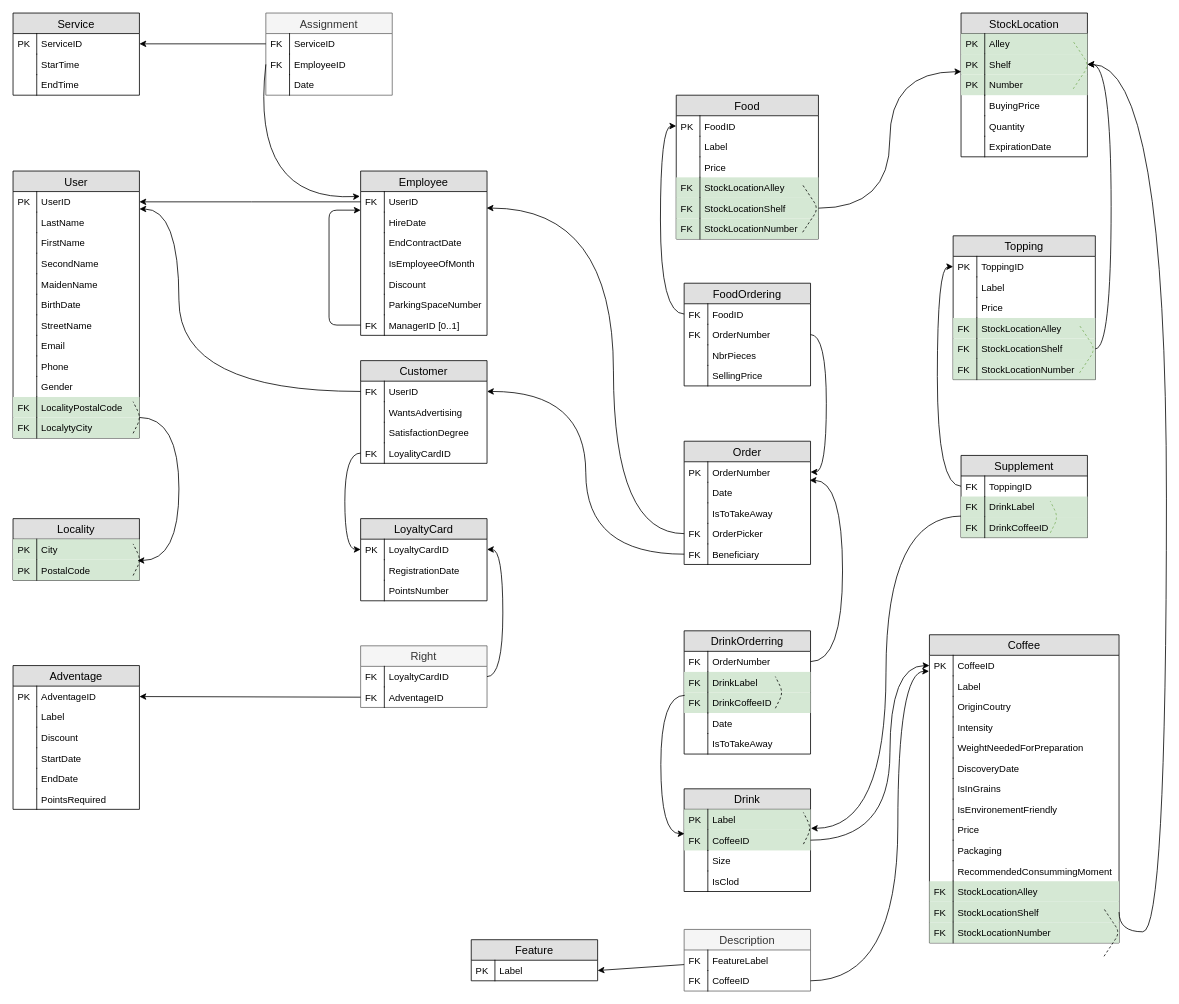
The draw.io diagram schéma logique relationnel.drawio in DrakeXorn/CoffIG, before the edit. Source tidied: cells renumbered, new cells numbered last; positions are measured from the earlier drawing's top-left corner, leaving out a move shared by most shapes. Both pictures are drawn from the tidied source at 79%, with x=0, y=0 at pixel (13, 13).
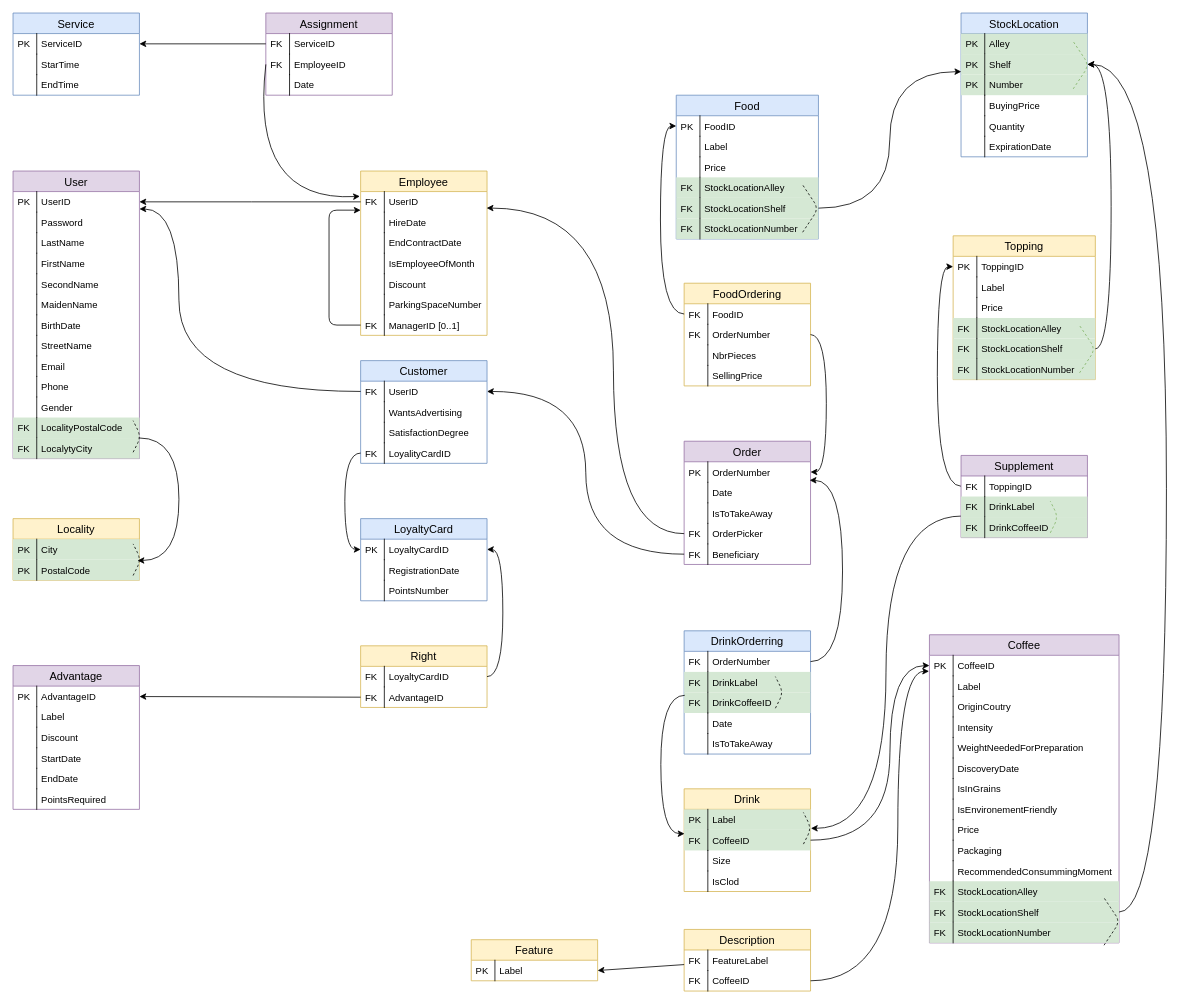
After the change.

Unchanged cells that the change refers to:
```xml
<mxCell id="61" value="City" style="shape=partialRectangle;top=0;left=0;right=0;bottom=0;align=left;verticalAlign=top;fillColor=#d5e8d4;spacingLeft=34;spacingRight=4;overflow=hidden;points=[[0,0.5],[1,0.5]];portConstraint=eastwest;fontSize=12;strokeColor=#82b366;" parent="60" vertex="1">
  <mxGeometry y="26" width="160" height="26" as="geometry" />
</mxCell>
<mxCell id="109" value="Shelf" style="shape=partialRectangle;top=0;left=0;right=0;bottom=0;align=left;verticalAlign=top;fillColor=#d5e8d4;spacingLeft=34;spacingRight=4;overflow=hidden;points=[[0,0.5],[1,0.5]];portConstraint=eastwest;fontSize=12;strokeColor=#82b366;" parent="106" vertex="1">
  <mxGeometry y="52" width="160" height="26" as="geometry" />
</mxCell>
<mxCell id="233" value="StockLocationShelf" style="shape=partialRectangle;top=0;left=0;right=0;bottom=0;align=left;verticalAlign=top;fillColor=#d5e8d4;spacingLeft=34;spacingRight=4;overflow=hidden;points=[[0,0.5],[1,0.5]];portConstraint=eastwest;fontSize=12;strokeColor=#82b366;" parent="208" vertex="1">
  <mxGeometry y="338" width="240" height="26" as="geometry" />
</mxCell>
```

What changed in the source:
```diff
@@
-    <mxCell id="2" value="Service" style="swimlane;fontStyle=0;horizontal=1;startSize=26;fillColor=#e0e0e0;swimlaneFillColor=#ffffff;align=center;fontSize=14;" parent="1" vertex="1">
+    <mxCell id="2" value="Service" style="swimlane;fontStyle=0;horizontal=1;startSize=26;fillColor=#dae8fc;swimlaneFillColor=#ffffff;align=center;fontSize=14;strokeColor=#6c8ebf;" parent="1" vertex="1">
       <mxGeometry width="160" height="104" as="geometry" />
     </mxCell>
@@
-    <mxCell id="9" value="Assignment" style="swimlane;fontStyle=0;horizontal=1;startSize=26;fillColor=#f5f5f5;swimlaneFillColor=#ffffff;align=center;fontSize=14;strokeColor=#666666;fontColor=#333333;" parent="1" vertex="1">
+    <mxCell id="9" value="Assignment" style="swimlane;fontStyle=0;horizontal=1;startSize=26;fillColor=#e1d5e7;swimlaneFillColor=#ffffff;align=center;fontSize=14;strokeColor=#9673a6;" parent="1" vertex="1">
       <mxGeometry x="320" width="160" height="104" as="geometry" />
     </mxCell>
@@
-    <mxCell id="16" value="Employee" style="swimlane;fontStyle=0;horizontal=1;startSize=26;fillColor=#e0e0e0;swimlaneFillColor=#ffffff;align=center;fontSize=14;" parent="1" vertex="1">
+    <mxCell id="16" value="Employee" style="swimlane;fontStyle=0;horizontal=1;startSize=26;fillColor=#fff2cc;swimlaneFillColor=#ffffff;align=center;fontSize=14;strokeColor=#d6b656;" parent="1" vertex="1">
       <mxGeometry x="440" y="200" width="160" height="208" as="geometry" />
     </mxCell>
@@
-    <mxCell id="34" value="User" style="swimlane;fontStyle=0;horizontal=1;startSize=26;fillColor=#e0e0e0;swimlaneFillColor=#ffffff;align=center;fontSize=14;" parent="1" vertex="1">
-      <mxGeometry y="200" width="160" height="338" as="geometry" />
+    <mxCell id="34" value="User" style="swimlane;fontStyle=0;horizontal=1;startSize=26;fillColor=#e1d5e7;swimlaneFillColor=#ffffff;align=center;fontSize=14;strokeColor=#9673a6;" parent="1" vertex="1">
+      <mxGeometry y="200" width="160" height="364" as="geometry" />
     </mxCell>
@@
+    <mxCell id="250" value="Password" style="shape=partialRectangle;top=0;left=0;right=0;bottom=0;align=left;verticalAlign=top;fillColor=none;spacingLeft=34;spacingRight=4;overflow=hidden;fontSize=12;" parent="34" vertex="1">
+      <mxGeometry y="52" width="160" height="26" as="geometry" />
+    </mxCell>
+    <mxCell id="251" style="shape=partialRectangle;top=0;left=0;bottom=0;fillColor=none;align=left;verticalAlign=top;spacingLeft=4;spacingRight=4;overflow=hidden;fontSize=12;" parent="250" vertex="1">
+      <mxGeometry width="30" height="26" as="geometry" />
+    </mxCell>
     <mxCell id="37" value="LastName" style="shape=partialRectangle;top=0;left=0;right=0;bottom=0;align=left;verticalAlign=top;fillColor=none;spacingLeft=34;spacingRight=4;overflow=hidden;fontSize=12;" parent="34" vertex="1">
-      <mxGeometry y="52" width="160" height="26" as="geometry" />
+      <mxGeometry y="78" width="160" height="26" as="geometry" />
     </mxCell>
@@
     <mxCell id="39" value="FirstName" style="shape=partialRectangle;top=0;left=0;right=0;bottom=0;align=left;verticalAlign=top;fillColor=none;spacingLeft=34;spacingRight=4;overflow=hidden;fontSize=12;" parent="34" vertex="1">
-      <mxGeometry y="78" width="160" height="26" as="geometry" />
+      <mxGeometry y="104" width="160" height="26" as="geometry" />
     </mxCell>
@@
     <mxCell id="41" value="SecondName" style="shape=partialRectangle;top=0;left=0;right=0;bottom=0;align=left;verticalAlign=top;fillColor=none;spacingLeft=34;spacingRight=4;overflow=hidden;fontSize=12;" parent="34" vertex="1">
-      <mxGeometry y="104" width="160" height="26" as="geometry" />
+      <mxGeometry y="130" width="160" height="26" as="geometry" />
     </mxCell>
@@
     <mxCell id="43" value="MaidenName" style="shape=partialRectangle;top=0;left=0;right=0;bottom=0;align=left;verticalAlign=top;fillColor=none;spacingLeft=34;spacingRight=4;overflow=hidden;fontSize=12;" parent="34" vertex="1">
-      <mxGeometry y="130" width="160" height="26" as="geometry" />
+      <mxGeometry y="156" width="160" height="26" as="geometry" />
     </mxCell>
@@
     <mxCell id="45" value="BirthDate" style="shape=partialRectangle;top=0;left=0;right=0;bottom=0;align=left;verticalAlign=top;fillColor=none;spacingLeft=34;spacingRight=4;overflow=hidden;fontSize=12;" parent="34" vertex="1">
-      <mxGeometry y="156" width="160" height="26" as="geometry" />
+      <mxGeometry y="182" width="160" height="26" as="geometry" />
     </mxCell>
@@
     <mxCell id="47" value="StreetName" style="shape=partialRectangle;top=0;left=0;right=0;bottom=0;align=left;verticalAlign=top;fillColor=none;spacingLeft=34;spacingRight=4;overflow=hidden;fontSize=12;" parent="34" vertex="1">
-      <mxGeometry y="182" width="160" height="26" as="geometry" />
+      <mxGeometry y="208" width="160" height="26" as="geometry" />
     </mxCell>
@@
     <mxCell id="49" value="Email" style="shape=partialRectangle;top=0;left=0;right=0;bottom=0;align=left;verticalAlign=top;fillColor=none;spacingLeft=34;spacingRight=4;overflow=hidden;fontSize=12;" parent="34" vertex="1">
-      <mxGeometry y="208" width="160" height="26" as="geometry" />
+      <mxGeometry y="234" width="160" height="26" as="geometry" />
     </mxCell>
@@
     <mxCell id="51" value="Phone" style="shape=partialRectangle;top=0;left=0;right=0;bottom=0;align=left;verticalAlign=top;fillColor=none;spacingLeft=34;spacingRight=4;overflow=hidden;fontSize=12;" parent="34" vertex="1">
-      <mxGeometry y="234" width="160" height="26" as="geometry" />
+      <mxGeometry y="260" width="160" height="26" as="geometry" />
     </mxCell>
@@
     <mxCell id="53" value="Gender" style="shape=partialRectangle;top=0;left=0;right=0;bottom=0;align=left;verticalAlign=top;fillColor=none;spacingLeft=34;spacingRight=4;overflow=hidden;fontSize=12;" parent="34" vertex="1">
-      <mxGeometry y="260" width="160" height="26" as="geometry" />
+      <mxGeometry y="286" width="160" height="26" as="geometry" />
     </mxCell>
@@
     <mxCell id="55" value="LocalityPostalCode" style="shape=partialRectangle;top=0;left=0;right=0;bottom=0;align=left;verticalAlign=top;fillColor=#d5e8d4;spacingLeft=34;spacingRight=4;overflow=hidden;points=[[0,0.5],[1,0.5]];portConstraint=eastwest;fontSize=12;strokeColor=#82b366;" parent="34" vertex="1">
-      <mxGeometry y="286" width="160" height="26" as="geometry" />
+      <mxGeometry y="312" width="160" height="26" as="geometry" />
     </mxCell>
@@
     <mxCell id="57" value="LocalytyCity" style="shape=partialRectangle;top=0;left=0;right=0;bottom=0;align=left;verticalAlign=top;fillColor=#d5e8d4;spacingLeft=34;spacingRight=4;overflow=hidden;fontSize=12;strokeColor=#82b366;" parent="34" vertex="1">
-      <mxGeometry y="312" width="160" height="26" as="geometry" />
+      <mxGeometry y="338" width="160" height="26" as="geometry" />
     </mxCell>
@@
     <mxCell id="59" style="endArrow=none;dashed=1;html=1;" parent="34" edge="1">
       <mxGeometry relative="1" as="geometry">
-        <mxPoint x="152" y="332" as="sourcePoint" />
-        <mxPoint x="152" y="292" as="targetPoint" />
+        <mxPoint x="152" y="356" as="sourcePoint" />
+        <mxPoint x="152" y="316" as="targetPoint" />
         <Array as="points">
-          <mxPoint x="162" y="312" />
+          <mxPoint x="162" y="336" />
         </Array>
       </mxGeometry>
     </mxCell>
-    <mxCell id="60" value="Locality" style="swimlane;fontStyle=0;horizontal=1;startSize=26;fillColor=#e0e0e0;swimlaneFillColor=#ffffff;align=center;fontSize=14;" parent="1" vertex="1">
+    <mxCell id="60" value="Locality" style="swimlane;fontStyle=0;horizontal=1;startSize=26;fillColor=#fff2cc;swimlaneFillColor=#ffffff;align=center;fontSize=14;strokeColor=#d6b656;" parent="1" vertex="1">
       <mxGeometry y="640" width="160" height="78" as="geometry" />
     </mxCell>
@@
     <mxCell id="66" style="edgeStyle=orthogonalEdgeStyle;curved=1;jettySize=auto;html=1;exitX=0.999;exitY=0.996;exitDx=0;exitDy=0;entryX=0.985;entryY=1.038;entryDx=0;entryDy=0;entryPerimeter=0;exitPerimeter=0;" parent="1" edge="1" source="55" target="61">
       <mxGeometry relative="1" as="geometry">
         <Array as="points">
-          <mxPoint x="210" y="512" />
+          <mxPoint x="210" y="538" />
           <mxPoint x="210" y="693" />
         </Array>
       </mxGeometry>
     </mxCell>
-    <mxCell id="67" value="Customer" style="swimlane;fontStyle=0;horizontal=1;startSize=26;fillColor=#e0e0e0;swimlaneFillColor=#ffffff;align=center;fontSize=14;" parent="1" vertex="1">
+    <mxCell id="67" value="Customer" style="swimlane;fontStyle=0;horizontal=1;startSize=26;fillColor=#dae8fc;swimlaneFillColor=#ffffff;align=center;fontSize=14;strokeColor=#6c8ebf;" parent="1" vertex="1">
       <mxGeometry x="440" y="440" width="160" height="130" as="geometry" />
     </mxCell>
@@
-    <mxCell id="78" value="LoyaltyCard" style="swimlane;fontStyle=0;horizontal=1;startSize=26;fillColor=#e0e0e0;swimlaneFillColor=#ffffff;align=center;fontSize=14;" parent="1" vertex="1">
+    <mxCell id="78" value="LoyaltyCard" style="swimlane;fontStyle=0;horizontal=1;startSize=26;fillColor=#dae8fc;swimlaneFillColor=#ffffff;align=center;fontSize=14;strokeColor=#6c8ebf;" parent="1" vertex="1">
       <mxGeometry x="440" y="640" width="160" height="104" as="geometry" />
     </mxCell>
@@
-    <mxCell id="86" value="Right" style="swimlane;fontStyle=0;horizontal=1;startSize=26;fillColor=#f5f5f5;swimlaneFillColor=#ffffff;align=center;fontSize=14;strokeColor=#666666;fontColor=#333333;" parent="1" vertex="1">
+    <mxCell id="86" value="Right" style="swimlane;fontStyle=0;horizontal=1;startSize=26;fillColor=#fff2cc;swimlaneFillColor=#ffffff;align=center;fontSize=14;strokeColor=#d6b656;" parent="1" vertex="1">
       <mxGeometry x="440" y="801" width="160" height="78" as="geometry" />
     </mxCell>
@@
-    <mxCell id="89" value="AdventageID" style="shape=partialRectangle;top=0;left=0;right=0;bottom=0;align=left;verticalAlign=top;fillColor=none;spacingLeft=34;spacingRight=4;overflow=hidden;points=[[0,0.5],[1,0.5]];portConstraint=eastwest;fontSize=12;" parent="86" vertex="1">
+    <mxCell id="89" value="AdvantageID" style="shape=partialRectangle;top=0;left=0;right=0;bottom=0;align=left;verticalAlign=top;fillColor=none;spacingLeft=34;spacingRight=4;overflow=hidden;points=[[0,0.5],[1,0.5]];portConstraint=eastwest;fontSize=12;" parent="86" vertex="1">
       <mxGeometry y="52" width="160" height="26" as="geometry" />
     </mxCell>
@@
-    <mxCell id="92" value="Adventage" style="swimlane;fontStyle=0;horizontal=1;startSize=26;fillColor=#e0e0e0;swimlaneFillColor=#ffffff;align=center;fontSize=14;" parent="1" vertex="1">
+    <mxCell id="92" value="Advantage" style="swimlane;fontStyle=0;horizontal=1;startSize=26;fillColor=#e1d5e7;swimlaneFillColor=#ffffff;align=center;fontSize=14;strokeColor=#9673a6;" parent="1" vertex="1">
       <mxGeometry y="826" width="160" height="182" as="geometry" />
     </mxCell>
-    <mxCell id="93" value="AdventageID" style="shape=partialRectangle;top=0;left=0;right=0;bottom=0;align=left;verticalAlign=top;fillColor=none;spacingLeft=34;spacingRight=4;overflow=hidden;points=[[0,0.5],[1,0.5]];portConstraint=eastwest;fontSize=12;" parent="92" vertex="1">
+    <mxCell id="93" value="AdvantageID" style="shape=partialRectangle;top=0;left=0;right=0;bottom=0;align=left;verticalAlign=top;fillColor=none;spacingLeft=34;spacingRight=4;overflow=hidden;points=[[0,0.5],[1,0.5]];portConstraint=eastwest;fontSize=12;" parent="92" vertex="1">
       <mxGeometry y="26" width="160" height="26" as="geometry" />
     </mxCell>
@@
-    <mxCell id="106" value="StockLocation" style="swimlane;fontStyle=0;horizontal=1;startSize=26;fillColor=#e0e0e0;swimlaneFillColor=#ffffff;align=center;fontSize=14;" parent="1" vertex="1">
+    <mxCell id="106" value="StockLocation" style="swimlane;fontStyle=0;horizontal=1;startSize=26;fillColor=#dae8fc;swimlaneFillColor=#ffffff;align=center;fontSize=14;strokeColor=#6c8ebf;" parent="1" vertex="1">
       <mxGeometry x="1200" width="160" height="182" as="geometry" />
     </mxCell>
@@
-    <mxCell id="120" value="Food" style="swimlane;fontStyle=0;horizontal=1;startSize=26;fillColor=#e0e0e0;swimlaneFillColor=#ffffff;align=center;fontSize=14;" parent="1" vertex="1">
+    <mxCell id="120" value="Food" style="swimlane;fontStyle=0;horizontal=1;startSize=26;fillColor=#dae8fc;swimlaneFillColor=#ffffff;align=center;fontSize=14;strokeColor=#6c8ebf;" parent="1" vertex="1">
       <mxGeometry x="839.5" y="104" width="180" height="182" as="geometry" />
     </mxCell>
@@
-    <mxCell id="135" value="FoodOrdering" style="swimlane;fontStyle=0;horizontal=1;startSize=26;fillColor=#e0e0e0;swimlaneFillColor=#ffffff;align=center;fontSize=14;" parent="1" vertex="1">
+    <mxCell id="135" value="FoodOrdering" style="swimlane;fontStyle=0;horizontal=1;startSize=26;fillColor=#fff2cc;swimlaneFillColor=#ffffff;align=center;fontSize=14;strokeColor=#d6b656;" parent="1" vertex="1">
       <mxGeometry x="849.5" y="342" width="160" height="130" as="geometry" />
     </mxCell>
@@
-    <mxCell id="145" value="Order" style="swimlane;fontStyle=0;horizontal=1;startSize=26;fillColor=#e0e0e0;swimlaneFillColor=#ffffff;align=center;fontSize=14;" parent="1" vertex="1">
+    <mxCell id="145" value="Order" style="swimlane;fontStyle=0;horizontal=1;startSize=26;fillColor=#e1d5e7;swimlaneFillColor=#ffffff;align=center;fontSize=14;strokeColor=#9673a6;" parent="1" vertex="1">
       <mxGeometry x="849.5" y="542" width="160" height="156" as="geometry" />
     </mxCell>
@@
-    <mxCell id="159" value="DrinkOrderring" style="swimlane;fontStyle=0;horizontal=1;startSize=26;fillColor=#e0e0e0;swimlaneFillColor=#ffffff;align=center;fontSize=14;" parent="1" vertex="1">
+    <mxCell id="159" value="DrinkOrderring" style="swimlane;fontStyle=0;horizontal=1;startSize=26;fillColor=#dae8fc;swimlaneFillColor=#ffffff;align=center;fontSize=14;strokeColor=#6c8ebf;" parent="1" vertex="1">
       <mxGeometry x="849.5" y="782" width="160" height="156" as="geometry" />
     </mxCell>
@@
-    <mxCell id="172" value="Drink" style="swimlane;fontStyle=0;horizontal=1;startSize=26;fillColor=#e0e0e0;swimlaneFillColor=#ffffff;align=center;fontSize=14;" parent="1" vertex="1">
+    <mxCell id="172" value="Drink" style="swimlane;fontStyle=0;horizontal=1;startSize=26;fillColor=#fff2cc;swimlaneFillColor=#ffffff;align=center;fontSize=14;strokeColor=#d6b656;" parent="1" vertex="1">
       <mxGeometry x="849.5" y="982" width="160" height="130" as="geometry" />
     </mxCell>
@@
-    <mxCell id="182" value="Topping" style="swimlane;fontStyle=0;horizontal=1;startSize=26;fillColor=#e0e0e0;swimlaneFillColor=#ffffff;align=center;fontSize=14;" parent="1" vertex="1">
+    <mxCell id="182" value="Topping" style="swimlane;fontStyle=0;horizontal=1;startSize=26;fillColor=#fff2cc;swimlaneFillColor=#ffffff;align=center;fontSize=14;strokeColor=#d6b656;" parent="1" vertex="1">
       <mxGeometry x="1190" y="282" width="180" height="182" as="geometry" />
     </mxCell>
@@
-    <mxCell id="200" value="Supplement" style="swimlane;fontStyle=0;horizontal=1;startSize=26;fillColor=#e0e0e0;swimlaneFillColor=#ffffff;align=center;fontSize=14;" parent="1" vertex="1">
+    <mxCell id="200" value="Supplement" style="swimlane;fontStyle=0;horizontal=1;startSize=26;fillColor=#e1d5e7;swimlaneFillColor=#ffffff;align=center;fontSize=14;strokeColor=#9673a6;" parent="1" vertex="1">
       <mxGeometry x="1200" y="560" width="160" height="104" as="geometry" />
     </mxCell>
@@
-    <mxCell id="208" value="Coffee" style="swimlane;fontStyle=0;horizontal=1;startSize=26;fillColor=#e0e0e0;swimlaneFillColor=#ffffff;align=center;fontSize=14;" parent="1" vertex="1">
+    <mxCell id="208" value="Coffee" style="swimlane;fontStyle=0;horizontal=1;startSize=26;fillColor=#e1d5e7;swimlaneFillColor=#ffffff;align=center;fontSize=14;strokeColor=#9673a6;" parent="1" vertex="1">
       <mxGeometry x="1160" y="787" width="240" height="390" as="geometry" />
     </mxCell>
@@
     <mxCell id="237" style="endArrow=none;dashed=1;html=1;" parent="208" edge="1">
       <mxGeometry relative="1" as="geometry">
-        <mxPoint x="221" y="407" as="sourcePoint" />
-        <mxPoint x="221" y="347" as="targetPoint" />
+        <mxPoint x="221" y="393" as="sourcePoint" />
+        <mxPoint x="221" y="333" as="targetPoint" />
         <Array as="points">
-          <mxPoint x="241" y="377" />
-          <mxPoint x="231" y="362" />
+          <mxPoint x="241" y="363" />
+          <mxPoint x="231" y="348" />
         </Array>
       </mxGeometry>
     </mxCell>
@@
     <mxCell id="239" style="edgeStyle=orthogonalEdgeStyle;curved=1;jettySize=auto;html=1;exitX=1;exitY=0.5;exitDx=0;exitDy=0;entryX=1;entryY=0.5;entryDx=0;entryDy=0;strokeColor=#000000;fontColor=#000000;" parent="1" edge="1" source="233" target="109">
       <mxGeometry relative="1" as="geometry">
         <Array as="points">
-          <mxPoint x="1460" y="1163" />
+          <mxPoint x="1460" y="1138" />
           <mxPoint x="1460" y="65" />
         </Array>
       </mxGeometry>
     </mxCell>
-    <mxCell id="240" value="Description" style="swimlane;fontStyle=0;horizontal=1;startSize=26;fillColor=#f5f5f5;swimlaneFillColor=#ffffff;align=center;fontSize=14;strokeColor=#666666;fontColor=#333333;" parent="1" vertex="1">
+    <mxCell id="240" value="Description" style="swimlane;fontStyle=0;horizontal=1;startSize=26;fillColor=#fff2cc;swimlaneFillColor=#ffffff;align=center;fontSize=14;strokeColor=#d6b656;" parent="1" vertex="1">
       <mxGeometry x="849.5" y="1160" width="160" height="78" as="geometry" />
     </mxCell>
@@
-    <mxCell id="245" value="Feature" style="swimlane;fontStyle=0;horizontal=1;startSize=26;fillColor=#e0e0e0;swimlaneFillColor=#ffffff;align=center;fontSize=14;" parent="1" vertex="1">
+    <mxCell id="245" value="Feature" style="swimlane;fontStyle=0;horizontal=1;startSize=26;fillColor=#fff2cc;swimlaneFillColor=#ffffff;align=center;fontSize=14;strokeColor=#d6b656;" parent="1" vertex="1">
       <mxGeometry x="580" y="1173" width="160" height="52" as="geometry" />
     </mxCell>
```
